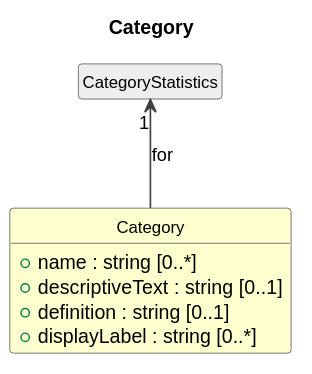
This is cdif-uml-model/CDIFDataDescription/Classes/Category.svg from Cross-Domain-Interoperability-Framework/metadataBuildingBlocks, a PlantUML export, as it was before one commit.
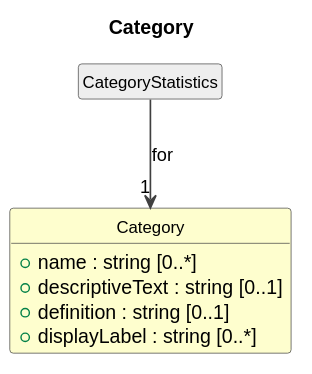
The same diagram one commit later.

Change to the diagram source:
```diff
@@ -17,5 +17,5 @@
   +displayLabel : string [0..*]
 }
 class "CategoryStatistics" as CategoryStatistics #EEEEEE
-CategoryStatistics "1" <-- Category : for
+CategoryStatistics --> "1" Category : for
 @enduml
```
